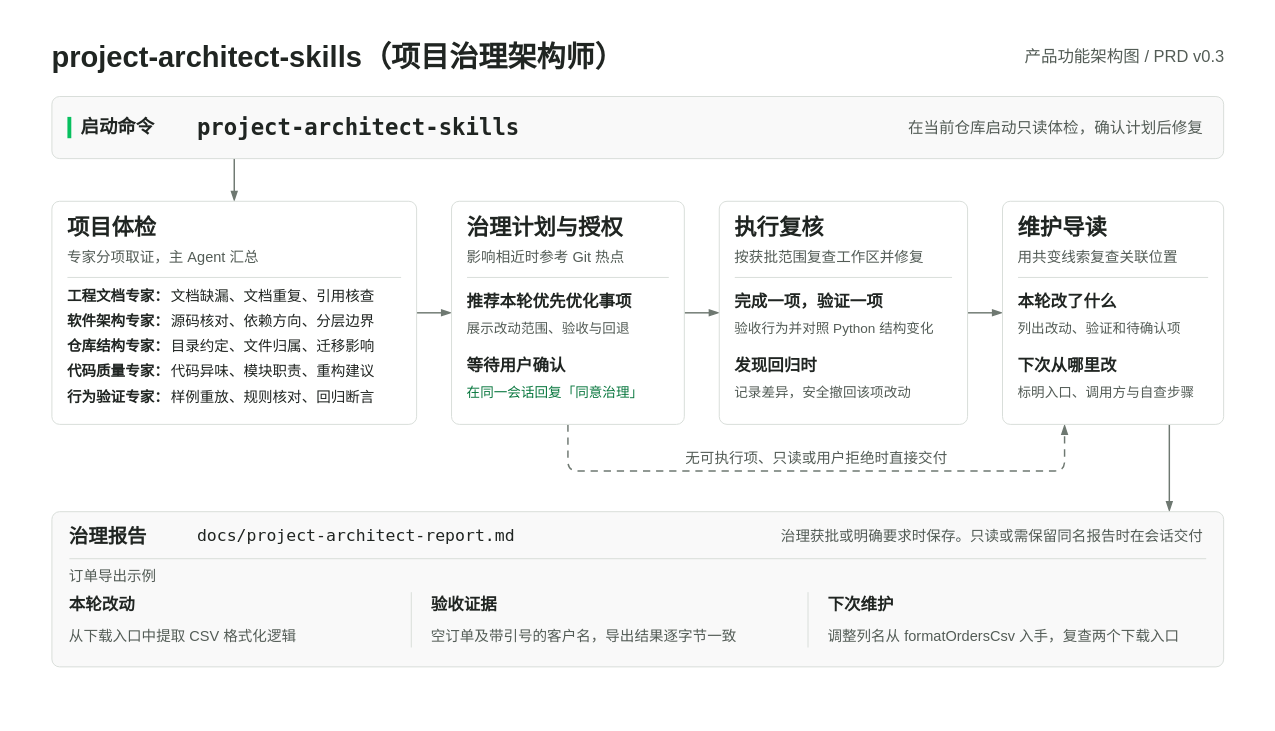
cabbage2000-lab/project-architect-skills keeps this draw.io diagram as docs/diagrams/product-functional-architecture.drawio. Above is the earlier version. Source tidied: cells renumbered, new cells numbered last; positions are measured from the earlier drawing's top-left corner, leaving out a move shared by most shapes. Both pictures are drawn from the tidied source at 97%, with x=0, y=0 at pixel (16, 16).
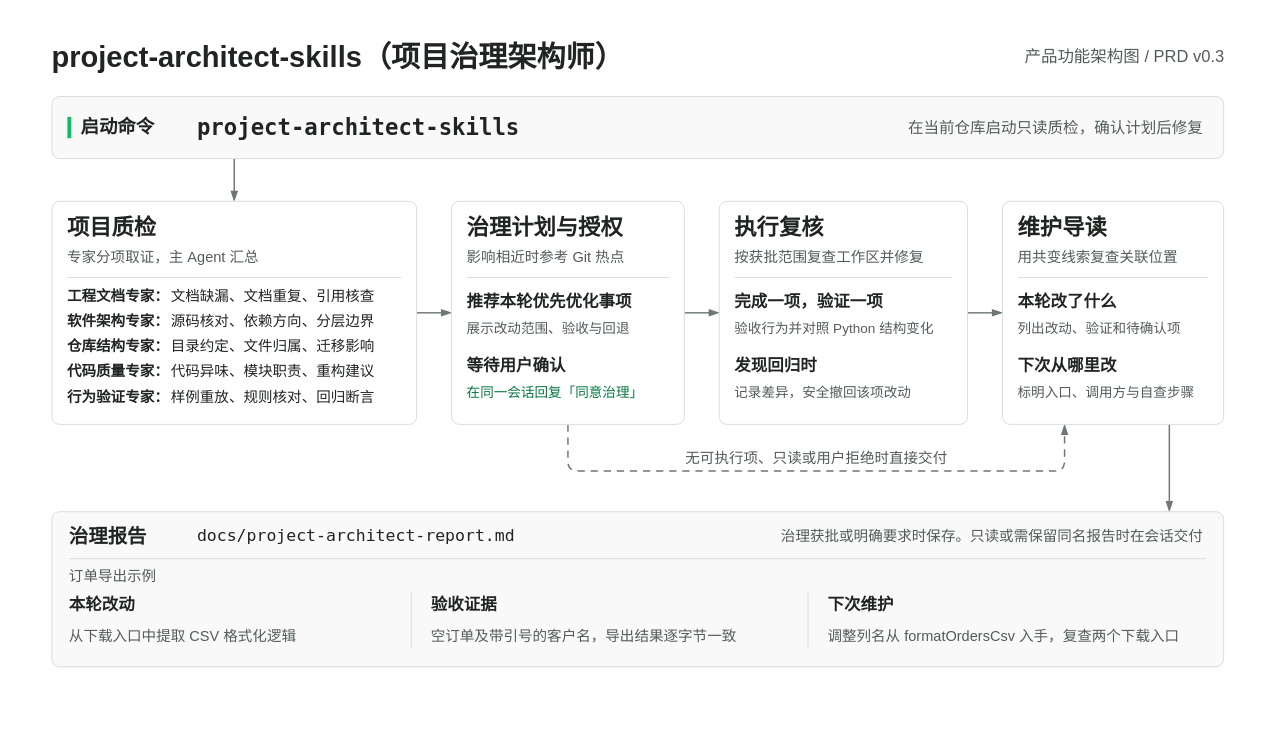
The same page after the edit.

The change refers to these unchanged cells:
```xml
<mxCell id="11" style="rounded=1;absoluteArcSize=1;arcSize=16;strokeWidth=1;html=1;fillColor=#F9F9F9;strokeColor=#D8DDD9;" parent="2" vertex="1">
  <mxGeometry x="36" y="82" width="1208" height="64" as="geometry" />
</mxCell>
<mxCell id="16" style="rounded=1;absoluteArcSize=1;arcSize=16;strokeWidth=1;html=1;fillColor=#FFFFFF;strokeColor=#D8DDD9;" parent="2" vertex="1">
  <mxGeometry x="36" y="190" width="376" height="230" as="geometry" />
</mxCell>
```

The edit, as a diff of the source:
```diff
@@
-    <mxCell id="15" value="在当前仓库启动只读体检，确认计划后修复" style="text;html=1;whiteSpace=nowrap;fillColor=none;strokeColor=none;fontFamily=PingFang SC;fontSize=16;fontColor=#535C56;fontStyle=0;align=right;verticalAlign=middle;spacing=0;spacingTop=0;spacingBottom=0;spacingLeft=0;spacingRight=0;" parent="11" vertex="1">
+    <mxCell id="15" value="在当前仓库启动只读质检，确认计划后修复" style="text;html=1;whiteSpace=nowrap;fillColor=none;strokeColor=none;fontFamily=PingFang SC;fontSize=16;fontColor=#535C56;fontStyle=0;align=right;verticalAlign=middle;spacing=0;spacingTop=0;spacingBottom=0;spacingLeft=0;spacingRight=0;" parent="11" vertex="1">
       <mxGeometry x="557" y="12" width="629" height="40" as="geometry" />
     </mxCell>
@@
-    <mxCell id="17" value="项目体检" style="text;html=1;whiteSpace=nowrap;fillColor=none;strokeColor=none;fontFamily=PingFang SC;fontSize=23;fontColor=#202522;fontStyle=1;align=left;verticalAlign=middle;spacing=0;spacingTop=0;spacingBottom=0;spacingLeft=0;spacingRight=0;" parent="16" vertex="1">
+    <mxCell id="17" value="项目质检" style="text;html=1;whiteSpace=nowrap;fillColor=none;strokeColor=none;fontFamily=PingFang SC;fontSize=23;fontColor=#202522;fontStyle=1;align=left;verticalAlign=middle;spacing=0;spacingTop=0;spacingBottom=0;spacingLeft=0;spacingRight=0;" parent="16" vertex="1">
       <mxGeometry x="16" y="10" width="344" height="34" as="geometry" />
     </mxCell>
```
